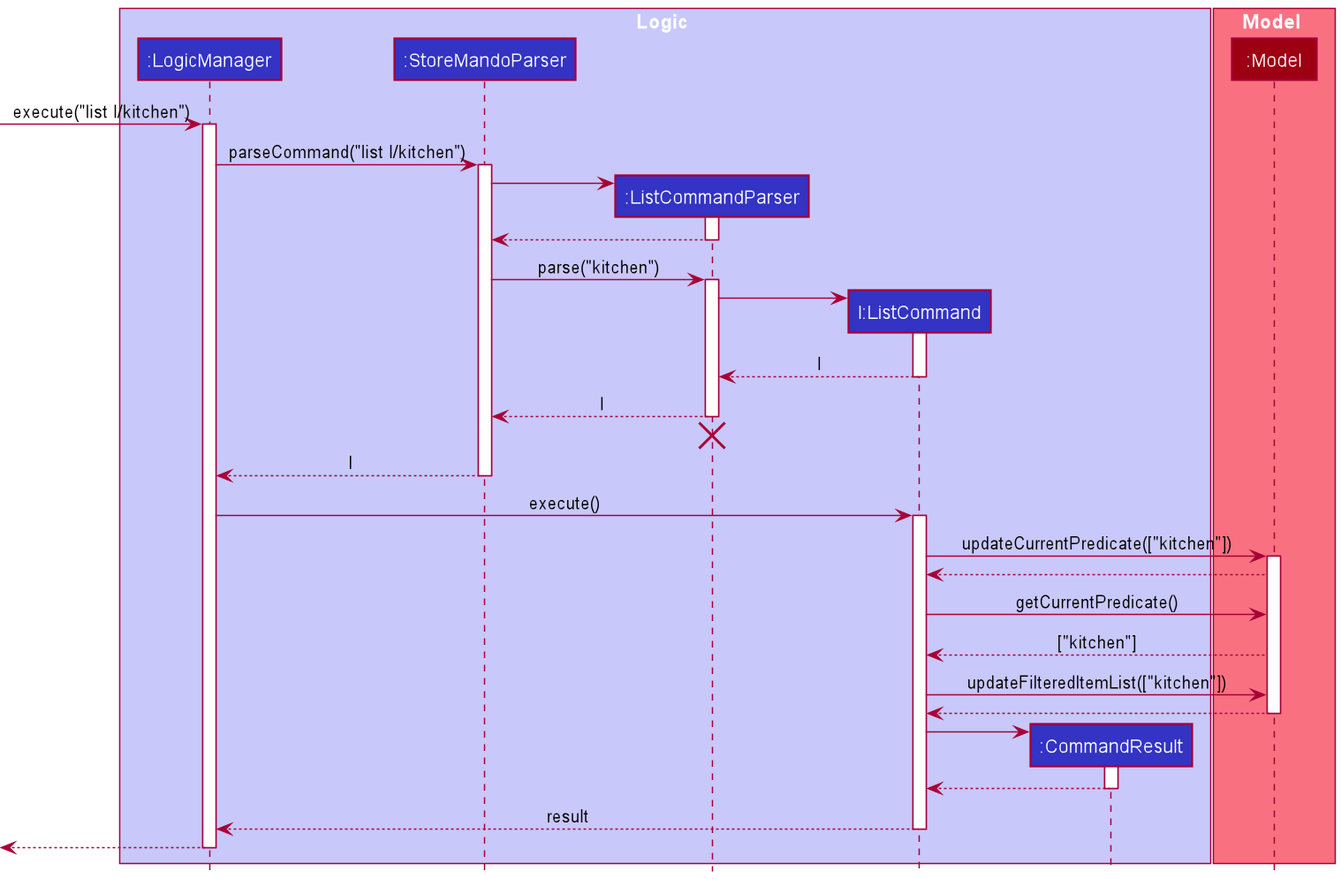
nus-cs2103-AY2021S2/tp keeps this PlantUML diagram as docs/images/ListLocationSequenceDiagram.png. Above is the earlier version. Its diagram source:
```plantuml
@startuml
!include style.puml

box Logic LOGIC_COLOR_T1
participant ":LogicManager" as LogicManager LOGIC_COLOR
participant ":StoreMandoParser" as StoreMandoParser LOGIC_COLOR
participant ":ListCommandParser" as ListCommandParser LOGIC_COLOR
participant "l:ListCommand" as ListCommand LOGIC_COLOR
participant ":CommandResult" as CommandResult LOGIC_COLOR
end box

box Model MODEL_COLOR_T1
participant ":Model" as Model MODEL_COLOR
end box

[-> LogicManager : execute("list l/kitchen")
activate LogicManager

LogicManager -> StoreMandoParser : parseCommand("list l/kitchen")
activate StoreMandoParser

create ListCommandParser
StoreMandoParser -> ListCommandParser
activate ListCommandParser

ListCommandParser --> StoreMandoParser
deactivate ListCommandParser

StoreMandoParser -> ListCommandParser : parse("kitchen")
activate ListCommandParser

create ListCommand
ListCommandParser -> ListCommand
activate ListCommand

ListCommand --> ListCommandParser : l
deactivate ListCommand

ListCommandParser --> StoreMandoParser : l
deactivate ListCommandParser
ListCommandParser -[hidden]-> StoreMandoParser
destroy ListCommandParser

StoreMandoParser --> LogicManager : l
deactivate StoreMandoParser

LogicManager -> ListCommand : execute()
activate ListCommand

ListCommand -> Model : updateCurrentPredicate(["kitchen"])
activate Model

Model --> ListCommand
ListCommand -> Model : getCurrentPredicate()
Model --> ListCommand : ["kitchen"]
ListCommand -> Model : updateFilteredItemList(["kitchen"])

Model --> ListCommand
deactivate Model

create CommandResult
ListCommand -> CommandResult
activate CommandResult

CommandResult --> ListCommand
deactivate CommandResult

ListCommand --> LogicManager : result
deactivate ListCommand

[<--LogicManager
deactivate LogicManager
@enduml
```
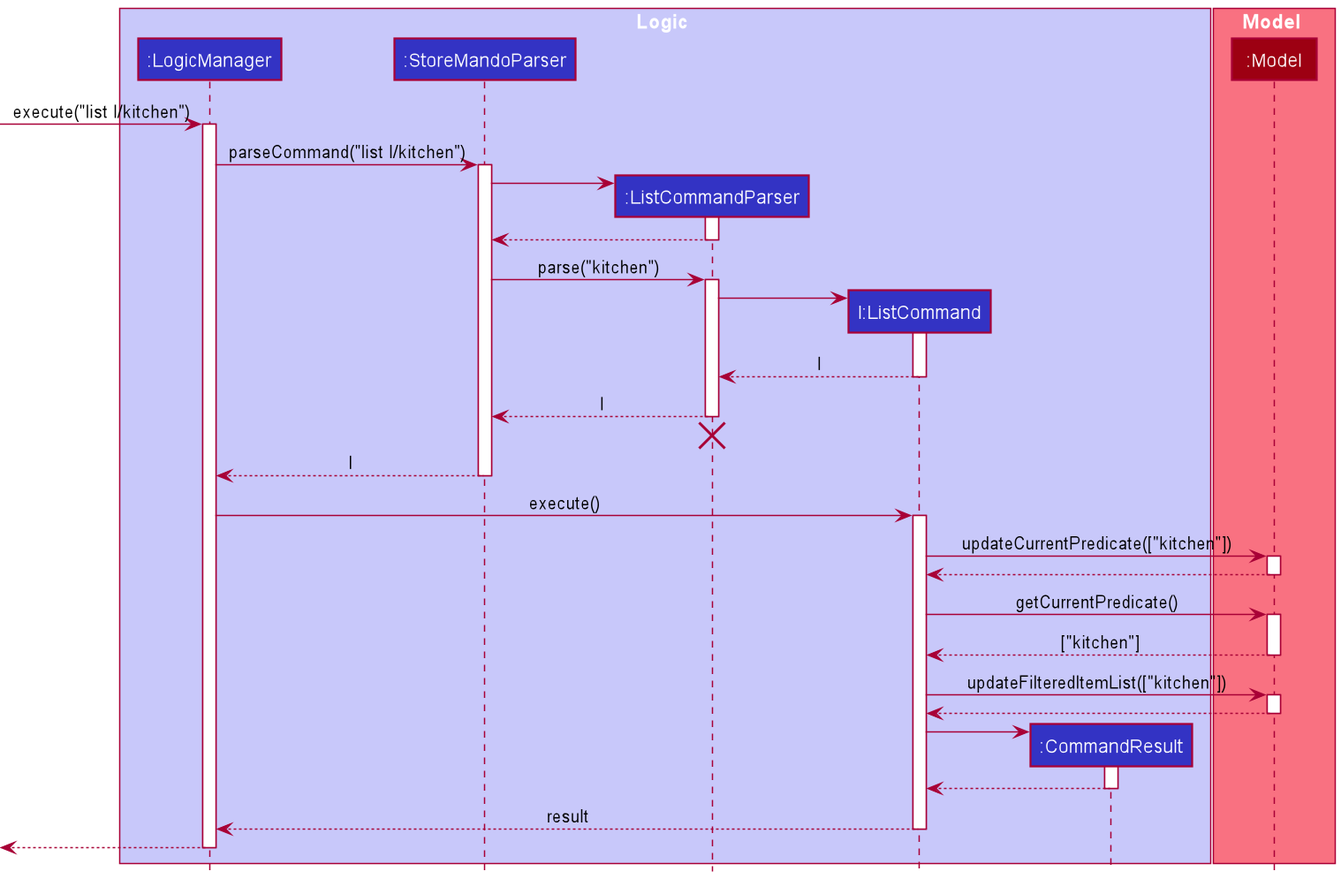
Above is the later version.

Commit message:
Update List feature puml diagrams, add Find feature puml sequence diagrams and activity diagrams, implementation steps and design consideration

Change to the diagram source:
```diff
@@ -51,9 +51,16 @@
 activate Model
 
 Model --> ListCommand
+deactivate Model
+
 ListCommand -> Model : getCurrentPredicate()
+activate Model
+
 Model --> ListCommand : ["kitchen"]
+deactivate Model
+
 ListCommand -> Model : updateFilteredItemList(["kitchen"])
+activate Model
 
 Model --> ListCommand
 deactivate Model
```
